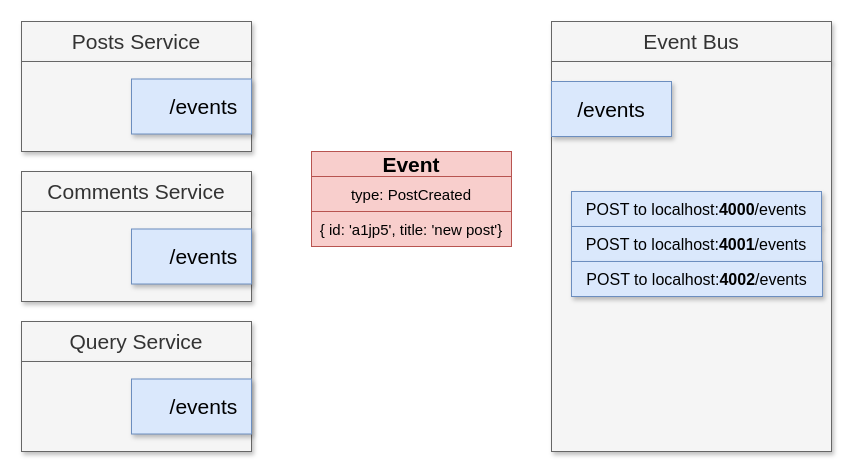
The draw.io diagram page "03 - bus" (3 of 3) of diagrams/02/02.drawio in HappySuzuki/microservices-cast, before the edit. Source tidied: cells renumbered, new cells numbered last; positions are measured from the earlier drawing's top-left corner, leaving out a move shared by most shapes. Both pictures are drawn from the tidied source at 100%, with x=0, y=0 at pixel (21, 21).
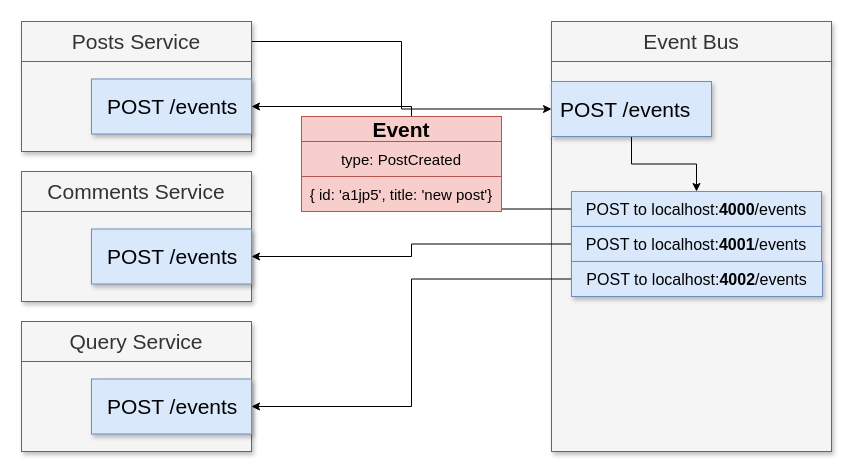
The same diagram, later.

Unchanged cells that the change refers to:
```xml
<mxCell id="2" value="Posts Service" style="rounded=0;whiteSpace=wrap;html=1;shadow=1;fontSize=21;align=center;fillColor=#f5f5f5;strokeColor=#666666;fontColor=#333333;fontStyle=0;" parent="1" vertex="1">
  <mxGeometry width="230" height="40" as="geometry" />
</mxCell>
<mxCell id="15" value="POST to localhost:&lt;b&gt;4000&lt;/b&gt;/events" style="whiteSpace=wrap;html=1;rounded=0;shadow=1;fontSize=16;align=center;fillColor=#dae8fc;strokeColor=#6c8ebf;fontStyle=0;" parent="1" vertex="1">
  <mxGeometry x="550" y="170" width="250" height="35" as="geometry" />
</mxCell>
<mxCell id="16" value="POST to localhost:&lt;b&gt;4001&lt;/b&gt;/events" style="whiteSpace=wrap;html=1;rounded=0;shadow=1;fontSize=16;align=center;fillColor=#dae8fc;strokeColor=#6c8ebf;fontStyle=0;" parent="1" vertex="1">
  <mxGeometry x="550" y="205" width="250" height="35" as="geometry" />
</mxCell>
<mxCell id="17" value="POST to localhost:&lt;b&gt;4002&lt;/b&gt;/events" style="whiteSpace=wrap;html=1;rounded=0;shadow=1;fontSize=16;align=center;fillColor=#dae8fc;strokeColor=#6c8ebf;fontStyle=0;" parent="1" vertex="1">
  <mxGeometry x="550" y="240" width="251" height="35" as="geometry" />
</mxCell>
```

What changed in the source:
```diff
@@
+    <mxCell id="23" style="edgeStyle=orthogonalEdgeStyle;rounded=0;jettySize=auto;html=1;exitX=1;exitY=0.5;exitDx=0;exitDy=0;entryX=0;entryY=0.5;entryDx=0;entryDy=0;fontSize=16;" parent="1" edge="1" source="2" target="14">
+      <mxGeometry relative="1" as="geometry" />
+    </mxCell>
@@
-    <mxCell id="4" value="/events&amp;nbsp;&amp;nbsp;" style="whiteSpace=wrap;html=1;rounded=0;shadow=1;fontSize=21;align=right;fillColor=#dae8fc;strokeColor=#6c8ebf;fontStyle=0;" parent="1" vertex="1">
-      <mxGeometry x="110" y="57.5" width="120" height="55" as="geometry" />
+    <mxCell id="4" value="POST /events&amp;nbsp;&amp;nbsp;" style="whiteSpace=wrap;html=1;rounded=0;shadow=1;fontSize=21;align=right;fillColor=#dae8fc;strokeColor=#6c8ebf;fontStyle=0;" parent="1" vertex="1">
+      <mxGeometry x="70" y="57.5" width="160" height="55" as="geometry" />
     </mxCell>
@@
-    <mxCell id="7" value="/events&amp;nbsp;&amp;nbsp;" style="whiteSpace=wrap;html=1;rounded=0;shadow=1;fontSize=21;align=right;fillColor=#dae8fc;strokeColor=#6c8ebf;fontStyle=0;" parent="1" vertex="1">
-      <mxGeometry x="110" y="207.5" width="120" height="55" as="geometry" />
+    <mxCell id="7" value="POST /events&amp;nbsp;&amp;nbsp;" style="whiteSpace=wrap;html=1;rounded=0;shadow=1;fontSize=21;align=right;fillColor=#dae8fc;strokeColor=#6c8ebf;fontStyle=0;" parent="1" vertex="1">
+      <mxGeometry x="70" y="207.5" width="160" height="55" as="geometry" />
     </mxCell>
@@
-    <mxCell id="10" value="/events&amp;nbsp;&amp;nbsp;" style="whiteSpace=wrap;html=1;rounded=0;shadow=1;fontSize=21;align=right;fillColor=#dae8fc;strokeColor=#6c8ebf;fontStyle=0;" parent="1" vertex="1">
-      <mxGeometry x="110" y="357.5" width="120" height="55" as="geometry" />
+    <mxCell id="10" value="POST /events&amp;nbsp;&amp;nbsp;" style="whiteSpace=wrap;html=1;rounded=0;shadow=1;fontSize=21;align=right;fillColor=#dae8fc;strokeColor=#6c8ebf;fontStyle=0;" parent="1" vertex="1">
+      <mxGeometry x="70" y="357.5" width="160" height="55" as="geometry" />
     </mxCell>
@@
+    <mxCell id="24" style="edgeStyle=orthogonalEdgeStyle;rounded=0;jettySize=auto;html=1;exitX=0.5;exitY=1;exitDx=0;exitDy=0;entryX=0.5;entryY=0;entryDx=0;entryDy=0;fontSize=16;" parent="1" edge="1" source="14" target="15">
+      <mxGeometry relative="1" as="geometry" />
+    </mxCell>
-    <mxCell id="14" value="&amp;nbsp; /events&amp;nbsp;&amp;nbsp;" style="whiteSpace=wrap;html=1;rounded=0;shadow=1;fontSize=21;align=center;fillColor=#dae8fc;strokeColor=#6c8ebf;fontStyle=0;" parent="1" vertex="1">
-      <mxGeometry x="530" y="60" width="120" height="55" as="geometry" />
+    <mxCell id="14" value="POST /events&amp;nbsp;&amp;nbsp;" style="whiteSpace=wrap;html=1;rounded=0;shadow=1;fontSize=21;align=center;fillColor=#dae8fc;strokeColor=#6c8ebf;fontStyle=0;" parent="1" vertex="1">
+      <mxGeometry x="530" y="60" width="160" height="55" as="geometry" />
     </mxCell>
+    <mxCell id="25" style="edgeStyle=orthogonalEdgeStyle;rounded=0;jettySize=auto;html=1;exitX=0;exitY=0.5;exitDx=0;exitDy=0;entryX=1;entryY=0.5;entryDx=0;entryDy=0;fontSize=16;" parent="1" edge="1" source="15" target="4">
+      <mxGeometry relative="1" as="geometry" />
+    </mxCell>
@@
+    <mxCell id="26" style="edgeStyle=orthogonalEdgeStyle;rounded=0;jettySize=auto;html=1;exitX=0;exitY=0.5;exitDx=0;exitDy=0;entryX=1;entryY=0.5;entryDx=0;entryDy=0;fontSize=16;" parent="1" edge="1" source="16" target="7">
+      <mxGeometry relative="1" as="geometry" />
+    </mxCell>
@@
+    <mxCell id="27" style="edgeStyle=orthogonalEdgeStyle;rounded=0;jettySize=auto;html=1;exitX=0;exitY=0.5;exitDx=0;exitDy=0;entryX=1;entryY=0.5;entryDx=0;entryDy=0;fontSize=16;" parent="1" edge="1" source="17" target="10">
+      <mxGeometry relative="1" as="geometry" />
+    </mxCell>
@@
     <mxCell id="18" style="group;" parent="1" vertex="1">
-      <mxGeometry x="290" y="130" width="200" height="95" as="geometry" />
+      <mxGeometry x="280" y="95" width="200" height="95" as="geometry" />
     </mxCell>
```
